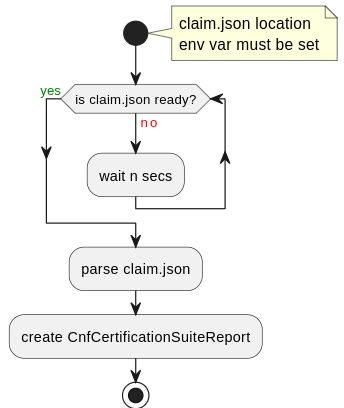
This is doc/uml/side_car.png from test-network-function/cnf-certsuite-operator, a PlantUML export, as it was before one commit. Its source is kept beside it as doc/uml/side_car.puml.
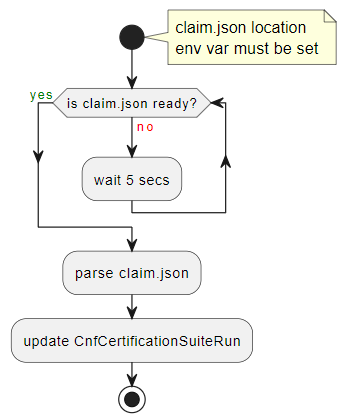
The same file after the commit.

What changed in the source:
```diff
@@ -7,11 +7,11 @@
 end note
 
 while (is claim.json ready?) is (<color:red>no)
-    :wait n secs;
+    :wait 5 secs;
 endwhile (<color:green>yes)
 
 :parse claim.json;
-:create CnfCertificationSuiteReport;
+:update CnfCertificationSuiteRun;
 stop
 
 @enduml
```
